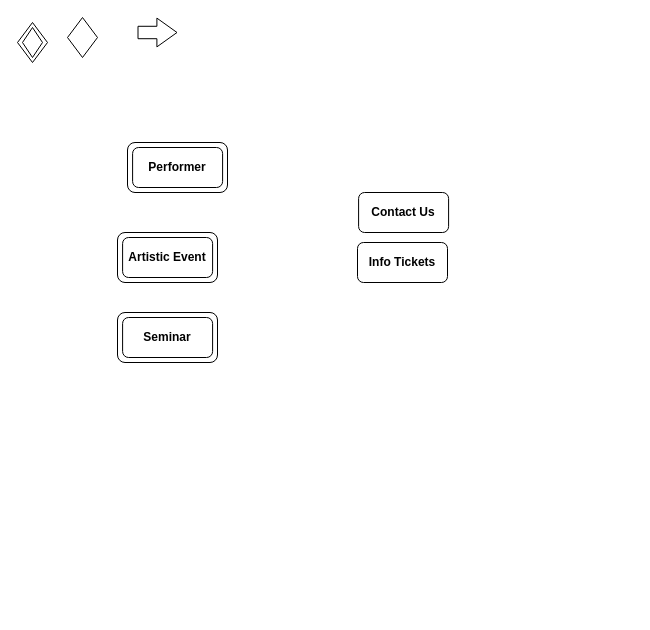
This is other/documentation/frontend/C-IDM/C-IDM.drawio from LeonardoPanizzo/hypermedia2019, a draw.io file, before an edit. Source tidied: cells renumbered, new cells numbered last; positions are measured from the earlier drawing's top-left corner, leaving out a move shared by most shapes. Both pictures are drawn from the tidied source at 100%, with x=0, y=0 at pixel (17, 17).
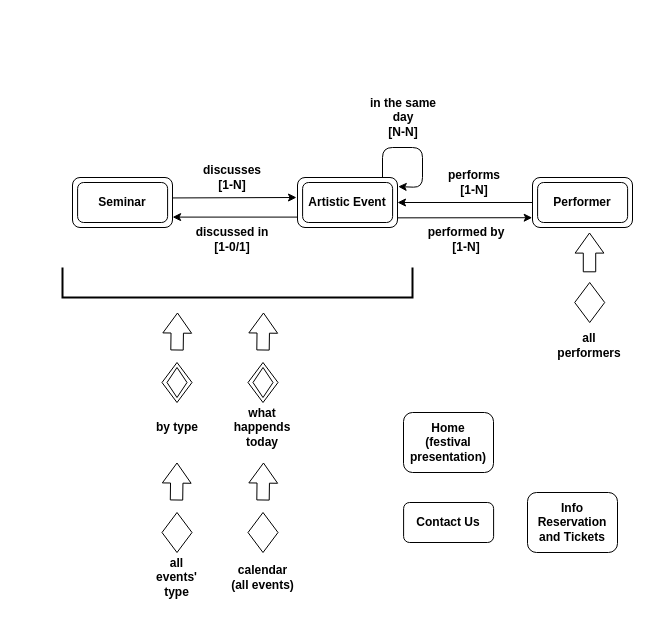
Above is the later version.

Commit message (it also covers changes not shown here):
complete c-idm

Change to the diagram source:
```diff
@@
     <mxCell id="2" style="rounded=1;whiteSpace=wrap;html=1;comic=0;" parent="1" vertex="1">
-      <mxGeometry x="110" y="125" width="100" height="50" as="geometry" />
+      <mxGeometry x="515" y="160" width="100" height="50" as="geometry" />
     </mxCell>
     <mxCell id="3" value="&lt;b&gt;&lt;font style=&quot;font-size: 12px&quot;&gt;Contact Us&lt;/font&gt;&lt;/b&gt;" style="rounded=1;whiteSpace=wrap;html=1;comic=0;" parent="1" vertex="1">
-      <mxGeometry x="341.1" y="175" width="90" height="40" as="geometry" />
+      <mxGeometry x="386.1" y="485" width="90" height="40" as="geometry" />
     </mxCell>
-    <mxCell id="4" value="&lt;b&gt;&lt;font style=&quot;font-size: 12px&quot;&gt;Info Tickets&lt;br&gt;&lt;/font&gt;&lt;/b&gt;" style="rounded=1;whiteSpace=wrap;html=1;comic=0;" parent="1" vertex="1">
-      <mxGeometry x="340" y="225" width="90" height="40" as="geometry" />
+    <mxCell id="4" value="&lt;b&gt;&lt;font style=&quot;font-size: 12px&quot;&gt;Info Reservation and Tickets&lt;br&gt;&lt;/font&gt;&lt;/b&gt;" style="rounded=1;whiteSpace=wrap;html=1;comic=0;" parent="1" vertex="1">
+      <mxGeometry x="510" y="475" width="90" height="60" as="geometry" />
     </mxCell>
-    <mxCell id="5" style="rhombus;html=1;align=center;whiteSpace=wrap;comic=0;strokeWidth=1;fontFamily=Comic Sans MS;fontStyle=1;" parent="1" vertex="1">
-      <mxGeometry y="5" width="30" height="40" as="geometry" />
-    </mxCell>
-    <mxCell id="6" style="rhombus;html=1;align=center;whiteSpace=wrap;comic=0;strokeWidth=1;fontFamily=Comic Sans MS;fontStyle=1;" parent="1" vertex="1">
-      <mxGeometry x="5" y="10" width="20" height="30" as="geometry" />
-    </mxCell>
-    <mxCell id="7" style="rhombus;html=1;align=center;whiteSpace=wrap;comic=0;strokeWidth=1;fontFamily=Comic Sans MS;fontStyle=1;" parent="1" vertex="1">
-      <mxGeometry x="50" width="30" height="40" as="geometry" />
-    </mxCell>
-    <mxCell id="8" style="shape=flexArrow;endArrow=classic;html=1;width=12.413793103448276;endSize=6.365517241379311;endWidth=15.343392299687824;" parent="1" edge="1">
-      <mxGeometry relative="1" as="geometry">
-        <mxPoint x="120" y="15" as="sourcePoint" />
-        <mxPoint x="160" y="15" as="targetPoint" />
-      </mxGeometry>
-    </mxCell>
     <mxCell id="9" value="&lt;b&gt;&lt;font style=&quot;font-size: 12px&quot;&gt;Performer&lt;/font&gt;&lt;/b&gt;" style="rounded=1;whiteSpace=wrap;html=1;comic=0;" parent="1" vertex="1">
-      <mxGeometry x="115.1" y="130" width="90" height="40" as="geometry" />
+      <mxGeometry x="520.1" y="165" width="90" height="40" as="geometry" />
     </mxCell>
     <mxCell id="10" style="rounded=1;whiteSpace=wrap;html=1;comic=0;" parent="1" vertex="1">
-      <mxGeometry x="100" y="215" width="100" height="50" as="geometry" />
+      <mxGeometry x="280" y="160" width="100" height="50" as="geometry" />
     </mxCell>
     <mxCell id="11" value="&lt;b&gt;&lt;font style=&quot;font-size: 12px&quot;&gt;Artistic Event&lt;br&gt;&lt;/font&gt;&lt;/b&gt;" style="rounded=1;whiteSpace=wrap;html=1;comic=0;" parent="1" vertex="1">
-      <mxGeometry x="105.1" y="220" width="90" height="40" as="geometry" />
+      <mxGeometry x="285.1" y="165" width="90" height="40" as="geometry" />
     </mxCell>
     <mxCell id="12" style="rounded=1;whiteSpace=wrap;html=1;comic=0;" parent="1" vertex="1">
-      <mxGeometry x="100" y="295" width="100" height="50" as="geometry" />
+      <mxGeometry x="55" y="160" width="100" height="50" as="geometry" />
     </mxCell>
     <mxCell id="13" value="&lt;b&gt;&lt;font style=&quot;font-size: 12px&quot;&gt;Seminar&lt;/font&gt;&lt;/b&gt;" style="rounded=1;whiteSpace=wrap;html=1;comic=0;" parent="1" vertex="1">
-      <mxGeometry x="105.1" y="300" width="90" height="40" as="geometry" />
+      <mxGeometry x="60.1" y="165" width="90" height="40" as="geometry" />
     </mxCell>
+    <mxCell id="14" style="endArrow=classic;html=1;exitX=0;exitY=0.5;exitDx=0;exitDy=0;entryX=1;entryY=0.5;entryDx=0;entryDy=0;" parent="1" edge="1" source="2" target="10">
+      <mxGeometry relative="1" as="geometry" />
+    </mxCell>
+    <mxCell id="15" style="endArrow=classic;html=1;entryX=-0.003;entryY=0.804;entryDx=0;entryDy=0;exitX=0.995;exitY=0.807;exitDx=0;exitDy=0;exitPerimeter=0;entryPerimeter=0;" parent="1" edge="1" source="10" target="2">
+      <mxGeometry relative="1" as="geometry" />
+    </mxCell>
+    <mxCell id="16" value="&lt;b&gt;performed by&lt;br&gt;[1-N]&lt;br&gt;&lt;/b&gt;" style="text;html=1;strokeColor=none;fillColor=none;align=center;verticalAlign=middle;whiteSpace=wrap;rounded=0;" parent="1" vertex="1">
+      <mxGeometry x="409" y="202.5" width="80" height="38" as="geometry" />
+    </mxCell>
+    <mxCell id="17" value="&lt;b&gt;performs&lt;br&gt;[1-N]&lt;br&gt;&lt;/b&gt;" style="text;html=1;strokeColor=none;fillColor=none;align=center;verticalAlign=middle;whiteSpace=wrap;rounded=0;" parent="1" vertex="1">
+      <mxGeometry x="425" y="140" width="64" height="50" as="geometry" />
+    </mxCell>
+    <mxCell id="18" style="endArrow=classic;html=1;entryX=1.007;entryY=0.182;entryDx=0;entryDy=0;entryPerimeter=0;" parent="1" edge="1" target="10">
+      <mxGeometry relative="1" as="geometry">
+        <mxPoint x="365" y="160" as="sourcePoint" />
+        <Array as="points">
+          <mxPoint x="365" y="130" />
+          <mxPoint x="405" y="130" />
+          <mxPoint x="405" y="170" />
+        </Array>
+      </mxGeometry>
+    </mxCell>
+    <mxCell id="19" value="&lt;b&gt;in the same day&lt;br&gt;[N-N]&lt;br&gt;&lt;/b&gt;" style="text;html=1;strokeColor=none;fillColor=none;align=center;verticalAlign=middle;whiteSpace=wrap;rounded=0;" parent="1" vertex="1">
+      <mxGeometry x="351" y="72.5" width="70" height="55" as="geometry" />
+    </mxCell>
+    <mxCell id="20" style="endArrow=classic;html=1;exitX=1.002;exitY=0.409;exitDx=0;exitDy=0;exitPerimeter=0;" parent="1" edge="1" source="12">
+      <mxGeometry relative="1" as="geometry">
+        <mxPoint x="279" y="180" as="targetPoint" />
+      </mxGeometry>
+    </mxCell>
+    <mxCell id="21" style="endArrow=classic;html=1;entryX=1.001;entryY=0.792;entryDx=0;entryDy=0;exitX=-0.005;exitY=0.792;exitDx=0;exitDy=0;entryPerimeter=0;exitPerimeter=0;" parent="1" edge="1" source="10" target="12">
+      <mxGeometry relative="1" as="geometry" />
+    </mxCell>
+    <mxCell id="22" value="&lt;b&gt;discusses&lt;br&gt;[1-N]&lt;br&gt;&lt;/b&gt;" style="text;html=1;strokeColor=none;fillColor=none;align=center;verticalAlign=middle;whiteSpace=wrap;rounded=0;" parent="1" vertex="1">
+      <mxGeometry x="175" y="137.5" width="80" height="45" as="geometry" />
+    </mxCell>
+    <mxCell id="23" value="&lt;b&gt;discussed in&lt;br&gt;[1-0/1]&lt;br&gt;&lt;/b&gt;" style="text;html=1;strokeColor=none;fillColor=none;align=center;verticalAlign=middle;whiteSpace=wrap;rounded=0;" parent="1" vertex="1">
+      <mxGeometry x="175" y="199" width="80" height="45" as="geometry" />
+    </mxCell>
+    <mxCell id="24" style="strokeWidth=2;html=1;shape=mxgraph.flowchart.annotation_1;align=left;rotation=-90;" parent="1" vertex="1">
+      <mxGeometry x="205" y="90" width="30" height="350" as="geometry" />
+    </mxCell>
+    <mxCell id="25" style="shape=flexArrow;endArrow=classic;html=1;width=12.413793103448276;endSize=6.365517241379311;endWidth=15.343392299687824;" parent="1" edge="1">
+      <mxGeometry relative="1" as="geometry">
+        <mxPoint x="572" y="254.8" as="sourcePoint" />
+        <mxPoint x="572" y="215" as="targetPoint" />
+      </mxGeometry>
+    </mxCell>
+    <mxCell id="26" style="rhombus;html=1;align=center;whiteSpace=wrap;comic=0;strokeWidth=1;fontFamily=Comic Sans MS;fontStyle=1;" parent="1" vertex="1">
+      <mxGeometry x="557.2" y="265" width="30" height="40" as="geometry" />
+    </mxCell>
+    <mxCell id="27" value="&lt;b&gt;all performers&lt;br&gt;&lt;/b&gt;" style="text;html=1;strokeColor=none;fillColor=none;align=center;verticalAlign=middle;whiteSpace=wrap;rounded=0;" parent="1" vertex="1">
+      <mxGeometry x="537" y="305" width="70" height="45" as="geometry" />
+    </mxCell>
+    <mxCell id="28" style="rhombus;html=1;align=center;whiteSpace=wrap;comic=0;strokeWidth=1;fontFamily=Comic Sans MS;fontStyle=1;" parent="1" vertex="1">
+      <mxGeometry x="144.5" y="345" width="30" height="40" as="geometry" />
+    </mxCell>
+    <mxCell id="29" style="rhombus;html=1;align=center;whiteSpace=wrap;comic=0;strokeWidth=1;fontFamily=Comic Sans MS;fontStyle=1;" parent="1" vertex="1">
+      <mxGeometry x="149.5" y="350" width="20" height="30" as="geometry" />
+    </mxCell>
+    <mxCell id="30" style="shape=flexArrow;endArrow=classic;html=1;width=12.413793103448276;endSize=6.365517241379311;endWidth=15.343392299687824;" parent="1" edge="1">
+      <mxGeometry relative="1" as="geometry">
+        <mxPoint x="159.5" y="333" as="sourcePoint" />
+        <mxPoint x="160" y="295" as="targetPoint" />
+      </mxGeometry>
+    </mxCell>
+    <mxCell id="31" value="&lt;b&gt;by type&lt;br&gt;&lt;/b&gt;" style="text;html=1;strokeColor=none;fillColor=none;align=center;verticalAlign=middle;whiteSpace=wrap;rounded=0;" parent="1" vertex="1">
+      <mxGeometry x="124.5" y="400" width="70" height="20" as="geometry" />
+    </mxCell>
+    <mxCell id="32" style="rhombus;html=1;align=center;whiteSpace=wrap;comic=0;strokeWidth=1;fontFamily=Comic Sans MS;fontStyle=1;" parent="1" vertex="1">
+      <mxGeometry x="230.5" y="345" width="30" height="40" as="geometry" />
+    </mxCell>
+    <mxCell id="33" style="rhombus;html=1;align=center;whiteSpace=wrap;comic=0;strokeWidth=1;fontFamily=Comic Sans MS;fontStyle=1;" parent="1" vertex="1">
+      <mxGeometry x="235.5" y="350" width="20" height="30" as="geometry" />
+    </mxCell>
+    <mxCell id="34" style="shape=flexArrow;endArrow=classic;html=1;width=12.413793103448276;endSize=6.365517241379311;endWidth=15.343392299687824;" parent="1" edge="1">
+      <mxGeometry relative="1" as="geometry">
+        <mxPoint x="245.5" y="333" as="sourcePoint" />
+        <mxPoint x="246" y="295" as="targetPoint" />
+      </mxGeometry>
+    </mxCell>
+    <mxCell id="35" value="&lt;b&gt;what happends today&lt;br&gt;&lt;/b&gt;" style="text;html=1;strokeColor=none;fillColor=none;align=center;verticalAlign=middle;whiteSpace=wrap;rounded=0;" parent="1" vertex="1">
+      <mxGeometry x="210" y="385" width="70" height="50" as="geometry" />
+    </mxCell>
+    <mxCell id="36" style="rhombus;html=1;align=center;whiteSpace=wrap;comic=0;strokeWidth=1;fontFamily=Comic Sans MS;fontStyle=1;" parent="1" vertex="1">
+      <mxGeometry x="144.5" y="495" width="30" height="40" as="geometry" />
+    </mxCell>
+    <mxCell id="37" style="rhombus;html=1;align=center;whiteSpace=wrap;comic=0;strokeWidth=1;fontFamily=Comic Sans MS;fontStyle=1;" parent="1" vertex="1">
+      <mxGeometry x="230.5" y="495" width="30" height="40" as="geometry" />
+    </mxCell>
+    <mxCell id="38" style="shape=flexArrow;endArrow=classic;html=1;width=12.413793103448276;endSize=6.365517241379311;endWidth=15.343392299687824;" parent="1" edge="1">
+      <mxGeometry relative="1" as="geometry">
+        <mxPoint x="159" y="483" as="sourcePoint" />
+        <mxPoint x="159.5" y="445" as="targetPoint" />
+      </mxGeometry>
+    </mxCell>
+    <mxCell id="39" style="shape=flexArrow;endArrow=classic;html=1;width=12.413793103448276;endSize=6.365517241379311;endWidth=15.343392299687824;" parent="1" edge="1">
+      <mxGeometry relative="1" as="geometry">
+        <mxPoint x="245.5" y="483" as="sourcePoint" />
+        <mxPoint x="246" y="445" as="targetPoint" />
+      </mxGeometry>
+    </mxCell>
+    <mxCell id="40" value="&lt;b&gt;all events'&lt;br&gt;type&lt;br&gt;&lt;/b&gt;" style="text;html=1;strokeColor=none;fillColor=none;align=center;verticalAlign=middle;whiteSpace=wrap;rounded=0;" parent="1" vertex="1">
+      <mxGeometry x="132" y="525" width="55" height="70" as="geometry" />
+    </mxCell>
+    <mxCell id="41" value="&lt;b&gt;calendar&lt;br&gt;(all events)&lt;br&gt;&lt;/b&gt;" style="text;html=1;strokeColor=none;fillColor=none;align=center;verticalAlign=middle;whiteSpace=wrap;rounded=0;" parent="1" vertex="1">
+      <mxGeometry x="213" y="540" width="65" height="40" as="geometry" />
+    </mxCell>
+    <mxCell id="42" value="&lt;b&gt;Home&lt;br&gt;(festival presentation)&lt;br&gt;&lt;/b&gt;" style="rounded=1;whiteSpace=wrap;html=1;comic=0;" parent="1" vertex="1">
+      <mxGeometry x="386" y="395" width="90" height="60" as="geometry" />
+    </mxCell>
```
